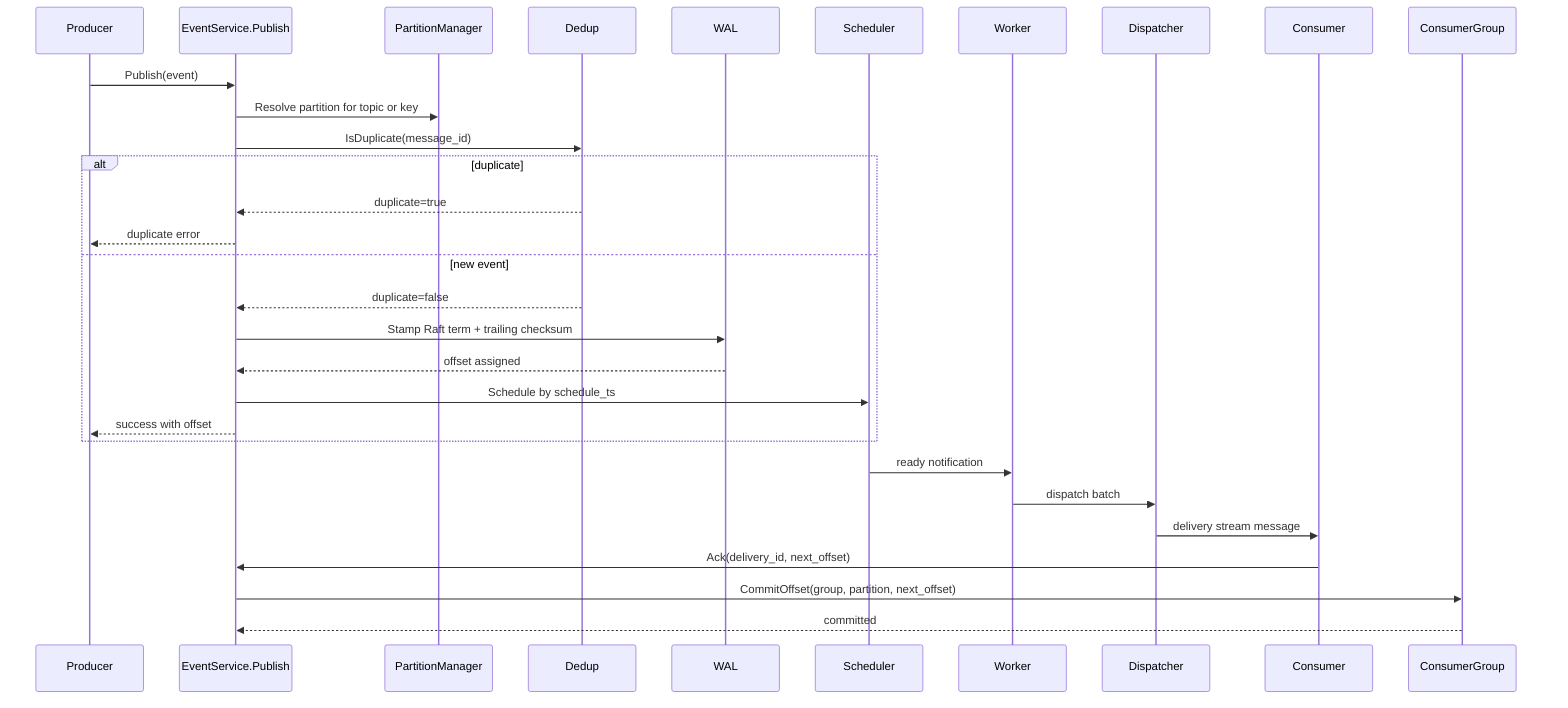
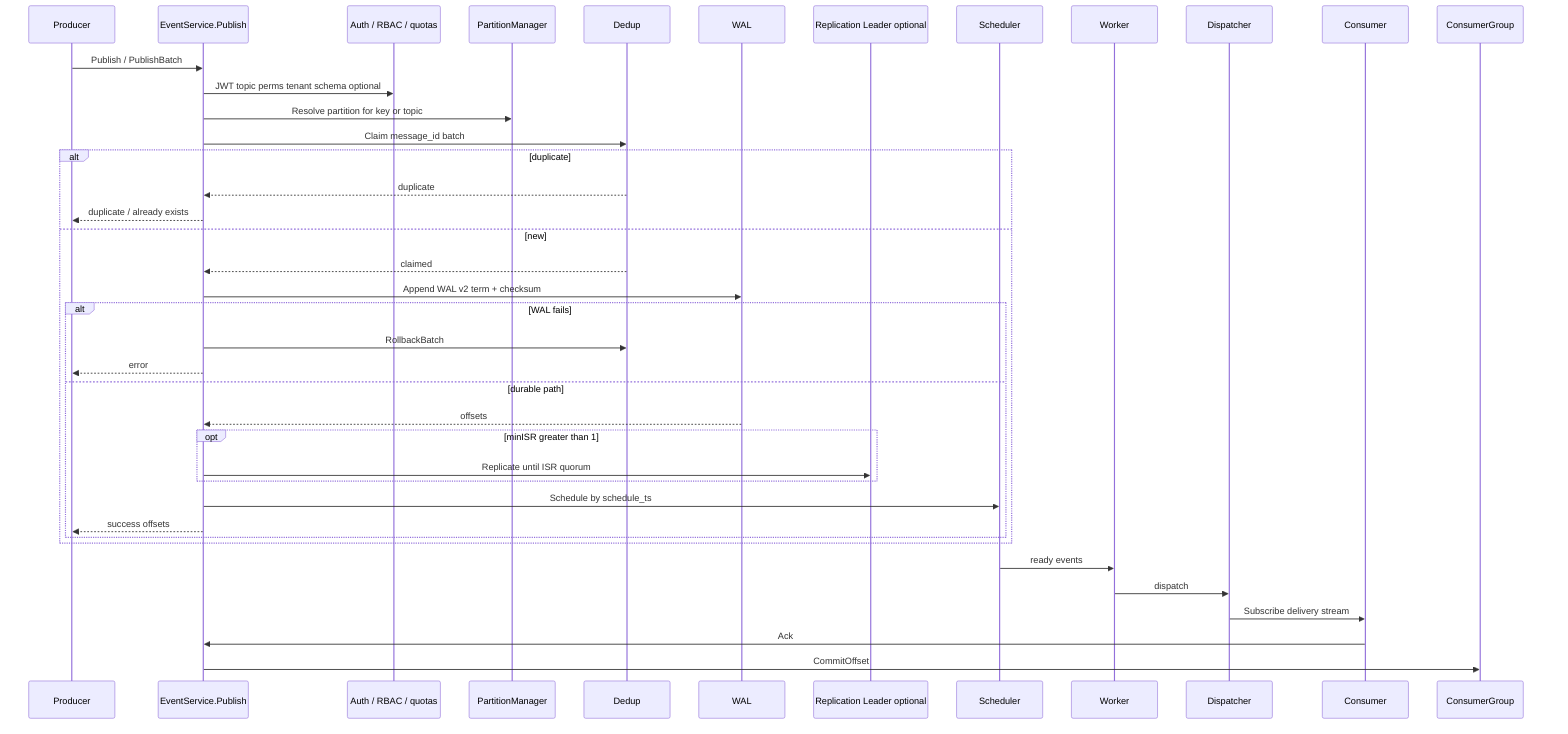
sequenceDiagram
    participant Producer
    participant API as EventService.Publish
+     participant Auth as Auth / RBAC / quotas
    participant PM as PartitionManager
    participant Dedup
    participant WAL
+     participant Repl as Replication Leader optional
    participant Scheduler
    participant Worker
    participant Dispatcher
    participant Consumer
    participant Group as ConsumerGroup

-     Producer->>API: Publish(event)
-     API->>PM: Resolve partition for topic or key
-     API->>Dedup: IsDuplicate(message_id)
+     Producer->>API: Publish / PublishBatch
+     API->>Auth: JWT topic perms tenant schema optional
+     API->>PM: Resolve partition for key or topic
+     API->>Dedup: Claim message_id batch
    alt duplicate
-       Dedup-->>API: duplicate=true
-       API-->>Producer: duplicate error
-     else new event
-       Dedup-->>API: duplicate=false
-       API->>WAL: Stamp Raft term + trailing checksum
-       WAL-->>API: offset assigned
-       API->>Scheduler: Schedule by schedule_ts
-       API-->>Producer: success with offset
+       Dedup-->>API: duplicate
+       API-->>Producer: duplicate / already exists
+     else new
+       Dedup-->>API: claimed
+       API->>WAL: Append WAL v2 term + checksum
+       alt WAL fails
+         API->>Dedup: RollbackBatch
+         API-->>Producer: error
+       else durable path
+         WAL-->>API: offsets
+         opt minISR greater than 1
+           API->>Repl: Replicate until ISR quorum
+         end
+         API->>Scheduler: Schedule by schedule_ts
+         API-->>Producer: success offsets
+       end
    end

-     Scheduler->>Worker: ready notification
-     Worker->>Dispatcher: dispatch batch
-     Dispatcher->>Consumer: delivery stream message
-     Consumer->>API: Ack(delivery_id, next_offset)
-     API->>Group: CommitOffset(group, partition, next_offset)
-     Group-->>API: committed+     Scheduler->>Worker: ready events
+     Worker->>Dispatcher: dispatch
+     Dispatcher->>Consumer: Subscribe delivery stream
+     Consumer->>API: Ack
+     API->>Group: CommitOffset
